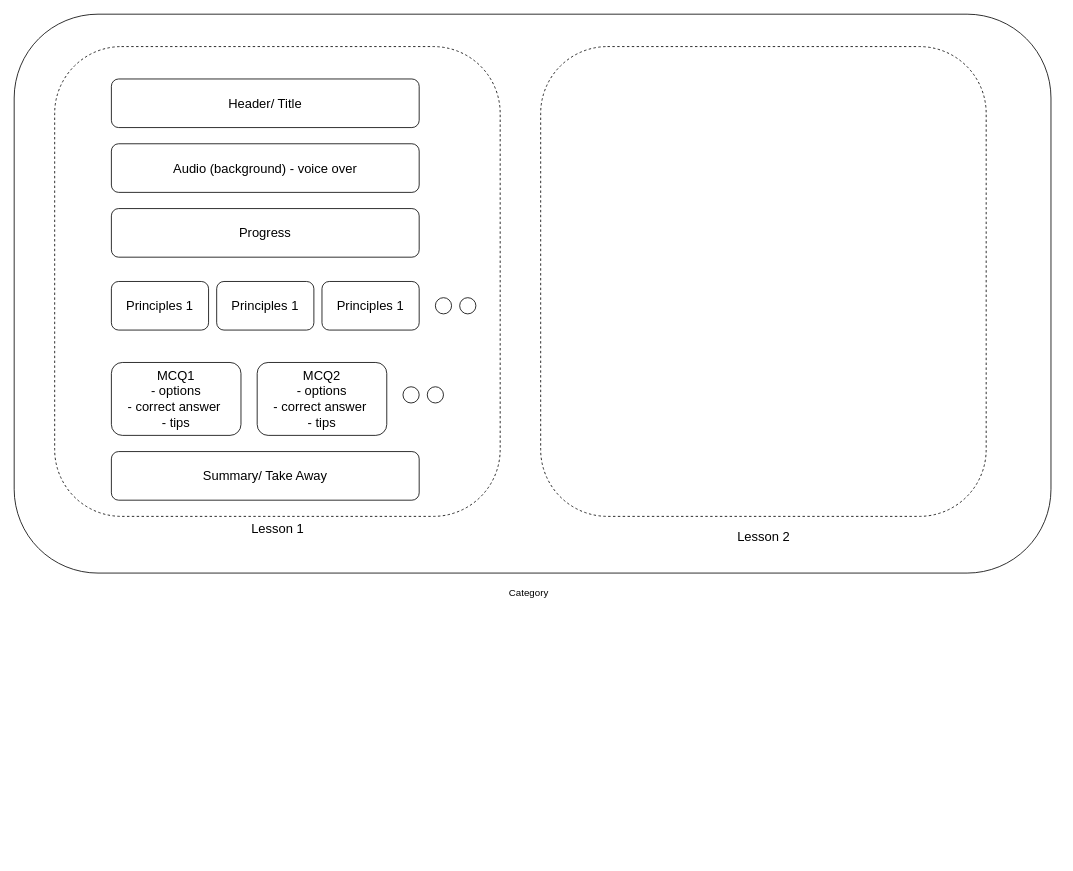
Earlier version of the draw.io diagram projects/Learning.drawio (Jablu/diagrams). Source tidied: cells renumbered, new cells numbered last; positions are measured from the earlier drawing's top-left corner, leaving out a move shared by most shapes. Both pictures are drawn from the tidied source at 81%, with x=0, y=0 at pixel (14, 14).
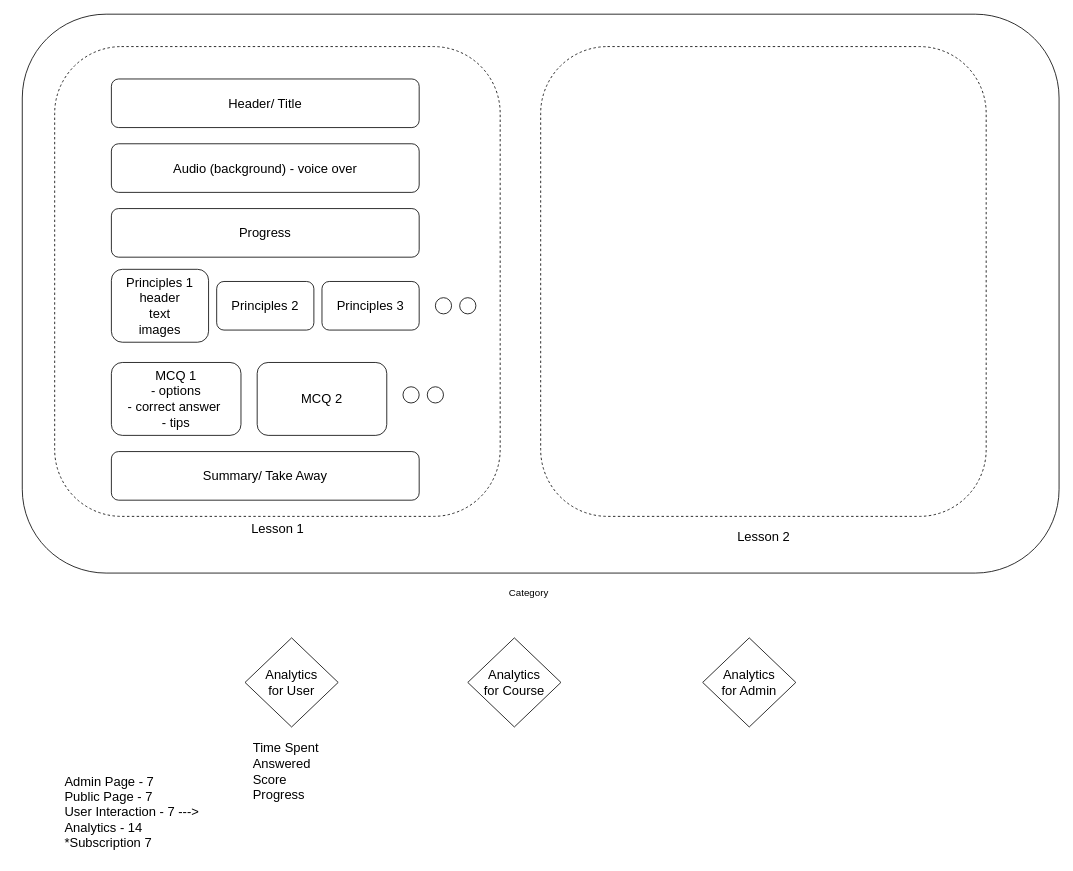
The same diagram, later.

Diff of the diagram source:
```diff
@@
     <mxCell id="2" style="rounded=1;whiteSpace=wrap;html=1;" parent="1" vertex="1">
-      <mxGeometry width="1280" height="690" as="geometry" />
+      <mxGeometry x="10" width="1280" height="690" as="geometry" />
     </mxCell>
@@
-    <mxCell id="7" value="Principles 1" style="rounded=1;whiteSpace=wrap;html=1;fontSize=16;" parent="1" vertex="1">
-      <mxGeometry x="120" y="330" width="120" height="60" as="geometry" />
+    <mxCell id="7" value="Principles 1&lt;div&gt;header&lt;/div&gt;&lt;div&gt;text&lt;/div&gt;&lt;div&gt;images&lt;/div&gt;" style="rounded=1;whiteSpace=wrap;html=1;fontSize=16;" parent="1" vertex="1">
+      <mxGeometry x="120" y="315" width="120" height="90" as="geometry" />
     </mxCell>
-    <mxCell id="8" value="Principles 1" style="rounded=1;whiteSpace=wrap;html=1;fontSize=16;" parent="1" vertex="1">
+    <mxCell id="8" value="Principles 2" style="rounded=1;whiteSpace=wrap;html=1;fontSize=16;" parent="1" vertex="1">
       <mxGeometry x="250" y="330" width="120" height="60" as="geometry" />
     </mxCell>
-    <mxCell id="9" value="Principles 1" style="rounded=1;whiteSpace=wrap;html=1;fontSize=16;" parent="1" vertex="1">
+    <mxCell id="9" value="Principles 3" style="rounded=1;whiteSpace=wrap;html=1;fontSize=16;" parent="1" vertex="1">
       <mxGeometry x="380" y="330" width="120" height="60" as="geometry" />
     </mxCell>
-    <mxCell id="10" value="MCQ1&lt;div&gt;- options&lt;/div&gt;&lt;div&gt;- correct answer&amp;nbsp;&lt;/div&gt;&lt;div&gt;- tips&lt;/div&gt;" style="rounded=1;whiteSpace=wrap;html=1;fontSize=16;" parent="1" vertex="1">
+    <mxCell id="10" value="MCQ 1&lt;div&gt;- options&lt;/div&gt;&lt;div&gt;- correct answer&amp;nbsp;&lt;/div&gt;&lt;div&gt;- tips&lt;/div&gt;" style="rounded=1;whiteSpace=wrap;html=1;fontSize=16;" parent="1" vertex="1">
       <mxGeometry x="120" y="430" width="160" height="90" as="geometry" />
     </mxCell>
-    <mxCell id="11" value="MCQ2&lt;div&gt;- options&lt;/div&gt;&lt;div&gt;- correct answer&amp;nbsp;&lt;/div&gt;&lt;div&gt;- tips&lt;/div&gt;" style="rounded=1;whiteSpace=wrap;html=1;fontSize=16;" parent="1" vertex="1">
+    <mxCell id="11" value="MCQ 2" style="rounded=1;whiteSpace=wrap;html=1;fontSize=16;" parent="1" vertex="1">
       <mxGeometry x="300" y="430" width="160" height="90" as="geometry" />
     </mxCell>
@@
+    <mxCell id="21" value="&lt;font style=&quot;font-size: 16px;&quot;&gt;Analytics&lt;/font&gt;&lt;div&gt;&lt;font style=&quot;font-size: 16px;&quot;&gt;for User&lt;/font&gt;&lt;/div&gt;" style="rhombus;whiteSpace=wrap;html=1;" parent="1" vertex="1">
+      <mxGeometry x="285" y="770" width="115" height="110" as="geometry" />
+    </mxCell>
+    <mxCell id="22" value="&lt;font style=&quot;font-size: 16px;&quot;&gt;Time Spent&lt;/font&gt;&lt;div&gt;&lt;font style=&quot;font-size: 16px;&quot;&gt;Answered&lt;/font&gt;&lt;/div&gt;&lt;div&gt;&lt;font style=&quot;font-size: 16px;&quot;&gt;Score&lt;/font&gt;&lt;/div&gt;&lt;div&gt;&lt;font style=&quot;font-size: 16px;&quot;&gt;Progress&lt;/font&gt;&lt;/div&gt;" style="text;html=1;align=left;verticalAlign=middle;strokeColor=none;fillColor=none;" parent="1" vertex="1">
+      <mxGeometry x="292.5" y="890" width="100" height="90" as="geometry" />
+    </mxCell>
+    <mxCell id="23" value="&lt;font style=&quot;font-size: 16px;&quot;&gt;Analytics&lt;/font&gt;&lt;div&gt;&lt;font style=&quot;font-size: 16px;&quot;&gt;for Course&lt;/font&gt;&lt;/div&gt;" style="rhombus;whiteSpace=wrap;html=1;" parent="1" vertex="1">
+      <mxGeometry x="560" y="770" width="115" height="110" as="geometry" />
+    </mxCell>
+    <mxCell id="24" value="&lt;font style=&quot;font-size: 16px;&quot;&gt;Analytics&lt;/font&gt;&lt;div&gt;&lt;font style=&quot;font-size: 16px;&quot;&gt;for Admin&lt;/font&gt;&lt;/div&gt;" style="rhombus;whiteSpace=wrap;html=1;" parent="1" vertex="1">
+      <mxGeometry x="850" y="770" width="115" height="110" as="geometry" />
+    </mxCell>
+    <mxCell id="25" value="&lt;div style=&quot;text-align: left;&quot;&gt;&lt;font style=&quot;font-size: 16px;&quot;&gt;Admin Page - 7&lt;/font&gt;&lt;/div&gt;&lt;div style=&quot;text-align: left;&quot;&gt;&lt;font style=&quot;font-size: 16px;&quot;&gt;Public Page - 7&amp;nbsp;&lt;/font&gt;&lt;/div&gt;&lt;div style=&quot;text-align: left;&quot;&gt;&lt;font style=&quot;font-size: 16px;&quot;&gt;User Interaction - 7 ---&amp;gt;&lt;/font&gt;&lt;/div&gt;&lt;div style=&quot;text-align: left;&quot;&gt;&lt;font style=&quot;font-size: 16px;&quot;&gt;Analytics - 14&amp;nbsp;&lt;/font&gt;&lt;/div&gt;&lt;div style=&quot;text-align: left;&quot;&gt;&lt;font style=&quot;font-size: 16px;&quot;&gt;*Subscription 7&amp;nbsp;&lt;/font&gt;&lt;/div&gt;" style="text;html=1;align=center;verticalAlign=middle;strokeColor=none;fillColor=none;" parent="1" vertex="1">
+      <mxGeometry x="50" y="930" width="190" height="110" as="geometry" />
+    </mxCell>
```
